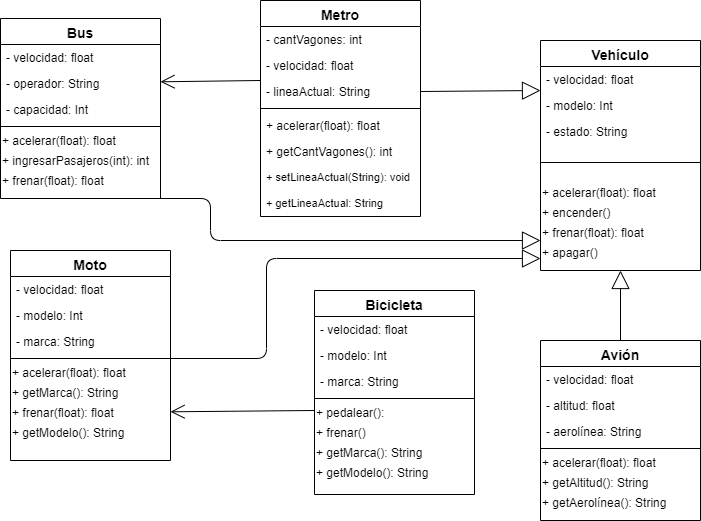
Above: clasesMetodosAtributos.png in luiszapata6/reto3Tecnicas (draw.io), before the change. Source tidied: cells renumbered, new cells last; positions are measured from the earlier drawing's top-left corner, leaving out a move shared by most shapes.
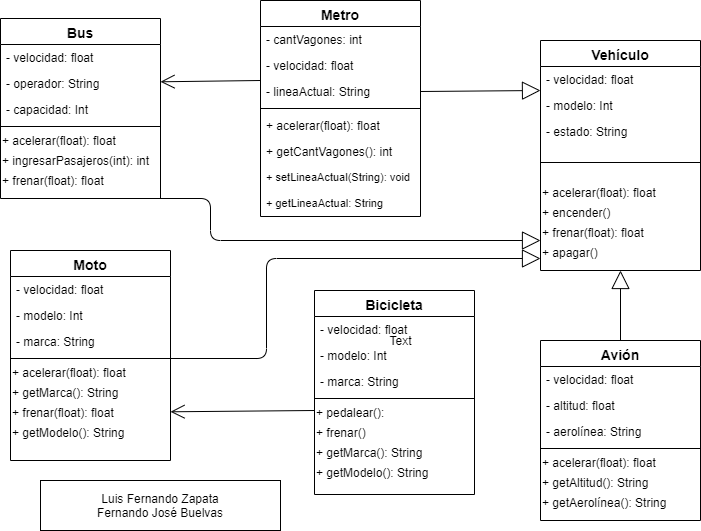
After the change.

Diff of the diagram source:
```diff
@@ -196,5 +196,11 @@
         <mxPoint x="160" y="81.3" as="targetPoint" />
       </mxGeometry>
     </mxCell>
+    <mxCell id="60" value="Text" style="text;html=1;align=center;verticalAlign=middle;fillColor=none;strokeColor=none;rounded=0;" parent="1" vertex="1">
+      <mxGeometry x="380" y="330" width="40" height="20" as="geometry" />
+    </mxCell>
+    <mxCell id="61" value="Luis Fernando Zapata&lt;br&gt;Fernando José Buelvas" style="rounded=0;whiteSpace=wrap;html=1;" parent="1" vertex="1">
+      <mxGeometry x="40" y="480" width="240" height="50" as="geometry" />
+    </mxCell>
   </root>
 </mxGraphModel>
```
